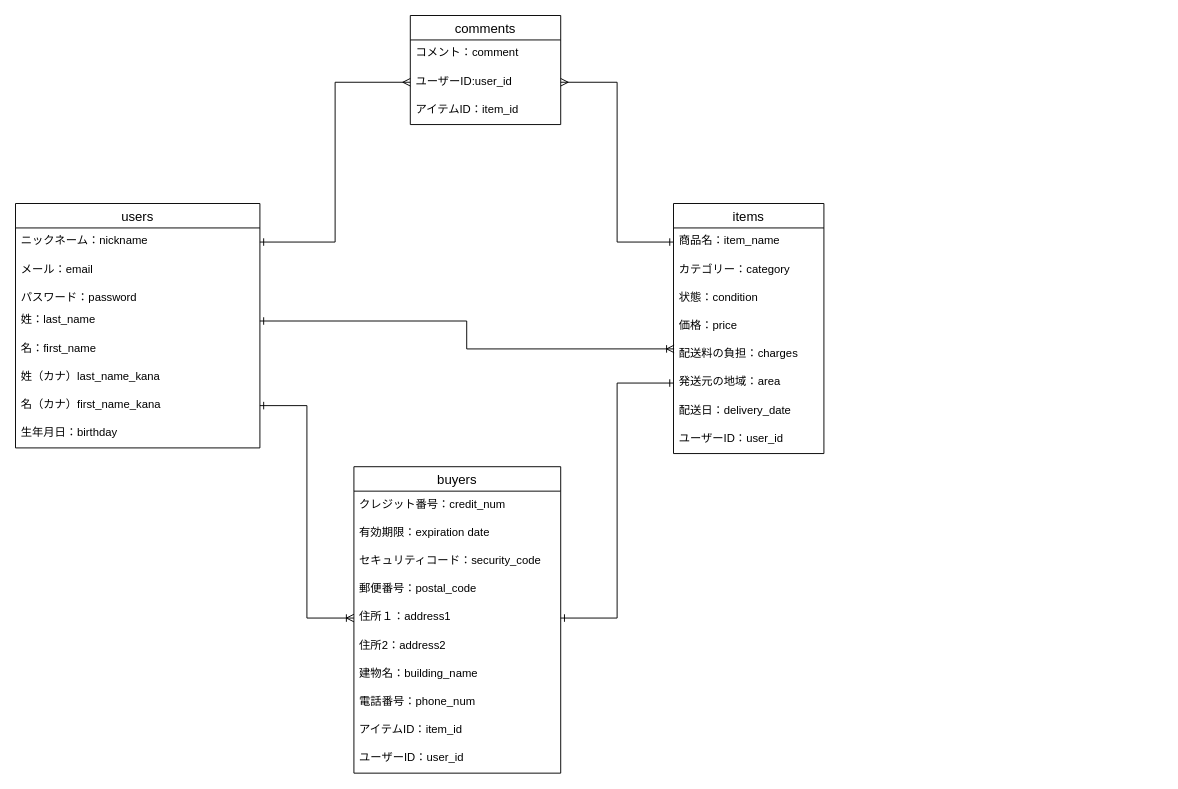
Earlier version of the draw.io diagram furima.dio (Koshi-Y/furima-35423). Source tidied: cells renumbered, new cells numbered last; positions are measured from the earlier drawing's top-left corner, leaving out a move shared by most shapes. Both pictures are drawn from the tidied source at 94%, with x=0, y=0 at pixel (15, 15).
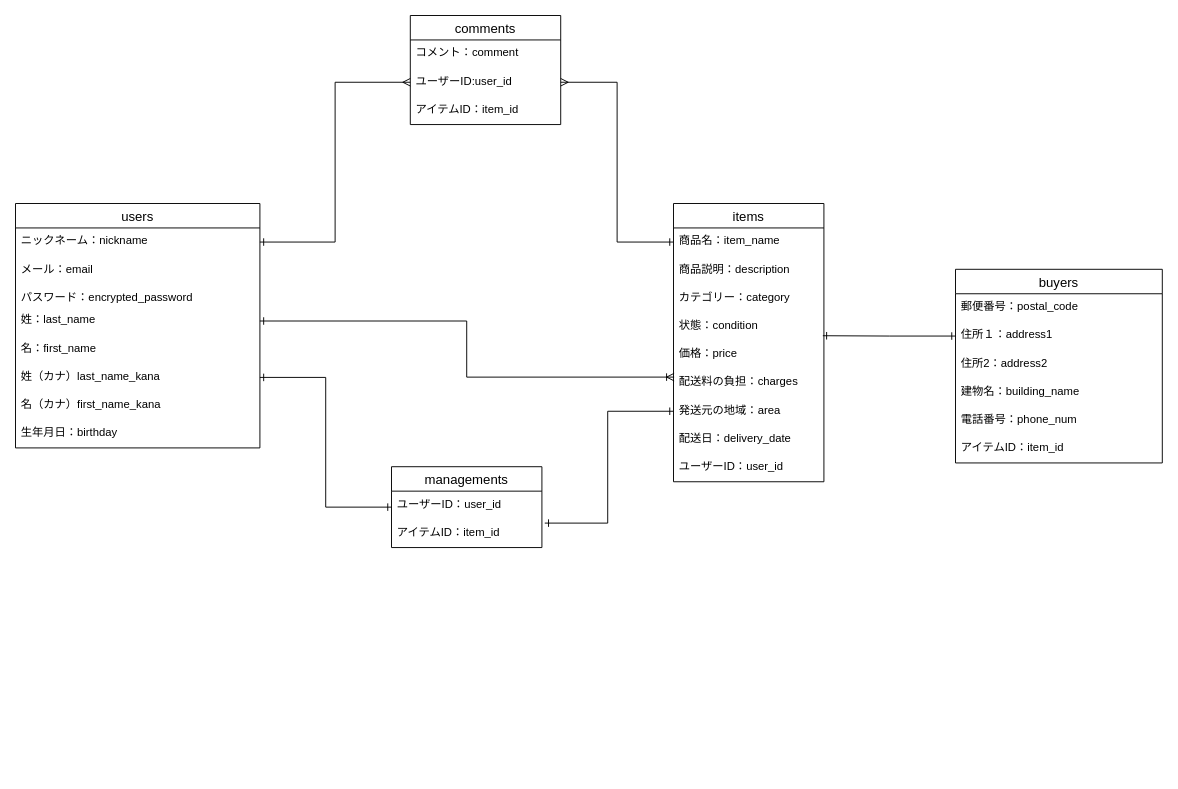
Above is the later version.

The change refers to these unchanged cells:
```xml
<mxCell id="2" value="users" style="swimlane;fontStyle=0;horizontal=1;startSize=26;align=center;fontSize=14;" parent="1" vertex="1">
  <mxGeometry y="200" width="260" height="260" as="geometry" />
</mxCell>
<mxCell id="8" value="姓（カナ）last_name_kana" style="text;strokeColor=none;fillColor=none;spacingLeft=4;spacingRight=4;overflow=hidden;points=[[0,0.5],[1,0.5]];portConstraint=eastwest;fontSize=12;" parent="2" vertex="1">
  <mxGeometry y="170" width="260" height="30" as="geometry" />
</mxCell>
<mxCell id="9" value="名（カナ）first_name_kana" style="text;strokeColor=none;fillColor=none;spacingLeft=4;spacingRight=4;overflow=hidden;points=[[0,0.5],[1,0.5]];portConstraint=eastwest;fontSize=12;" parent="2" vertex="1">
  <mxGeometry y="200" width="260" height="30" as="geometry" />
</mxCell>
```

The edit, as a diff of the source:
```diff
@@
-    <mxCell id="5" value="パスワード：password" style="text;strokeColor=none;fillColor=none;spacingLeft=4;spacingRight=4;overflow=hidden;fontSize=12;" parent="2" vertex="1">
+    <mxCell id="5" value="パスワード：encrypted_password" style="text;strokeColor=none;fillColor=none;spacingLeft=4;spacingRight=4;overflow=hidden;fontSize=12;" parent="2" vertex="1">
       <mxGeometry y="86" width="260" height="24" as="geometry" />
     </mxCell>
@@
     <mxCell id="11" value="items" style="swimlane;fontStyle=0;horizontal=1;startSize=26;align=center;fontSize=14;" parent="1" vertex="1">
-      <mxGeometry x="700" y="200" width="160" height="266" as="geometry" />
+      <mxGeometry x="700" y="200" width="160" height="296" as="geometry" />
     </mxCell>
@@
+    <mxCell id="30" value="商品説明：description" style="text;strokeColor=none;fillColor=none;spacingLeft=4;spacingRight=4;overflow=hidden;fontSize=12;" parent="11" vertex="1">
+      <mxGeometry y="56" width="160" height="30" as="geometry" />
+    </mxCell>
     <mxCell id="13" value="カテゴリー：category" style="text;strokeColor=none;fillColor=none;spacingLeft=4;spacingRight=4;overflow=hidden;fontSize=12;" parent="11" vertex="1">
-      <mxGeometry y="56" width="160" height="30" as="geometry" />
+      <mxGeometry y="86" width="160" height="30" as="geometry" />
     </mxCell>
     <mxCell id="14" value="状態：condition" style="text;strokeColor=none;fillColor=none;spacingLeft=4;spacingRight=4;overflow=hidden;points=[[0,0.5],[1,0.5]];portConstraint=eastwest;fontSize=12;" parent="11" vertex="1">
-      <mxGeometry y="86" width="160" height="30" as="geometry" />
+      <mxGeometry y="116" width="160" height="30" as="geometry" />
     </mxCell>
     <mxCell id="15" value="価格：price" style="text;strokeColor=none;fillColor=none;spacingLeft=4;spacingRight=4;overflow=hidden;fontSize=12;" parent="11" vertex="1">
-      <mxGeometry y="116" width="160" height="30" as="geometry" />
+      <mxGeometry y="146" width="160" height="30" as="geometry" />
     </mxCell>
     <mxCell id="16" value="配送料の負担：charges" style="text;strokeColor=none;fillColor=none;spacingLeft=4;spacingRight=4;overflow=hidden;points=[[0,0.5],[1,0.5]];portConstraint=eastwest;fontSize=12;" parent="11" vertex="1">
-      <mxGeometry y="146" width="160" height="30" as="geometry" />
+      <mxGeometry y="176" width="160" height="30" as="geometry" />
     </mxCell>
     <mxCell id="17" value="発送元の地域：area" style="text;strokeColor=none;fillColor=none;spacingLeft=4;spacingRight=4;overflow=hidden;points=[[0,0.5],[1,0.5]];portConstraint=eastwest;fontSize=12;" parent="11" vertex="1">
-      <mxGeometry y="176" width="160" height="30" as="geometry" />
+      <mxGeometry y="206" width="160" height="30" as="geometry" />
     </mxCell>
     <mxCell id="18" value="配送日：delivery_date" style="text;strokeColor=none;fillColor=none;spacingLeft=4;spacingRight=4;overflow=hidden;fontSize=12;" parent="11" vertex="1">
-      <mxGeometry y="206" width="160" height="30" as="geometry" />
+      <mxGeometry y="236" width="160" height="30" as="geometry" />
     </mxCell>
     <mxCell id="19" value="ユーザーID：user_id" style="text;strokeColor=none;fillColor=none;spacingLeft=4;spacingRight=4;overflow=hidden;fontSize=12;" parent="11" vertex="1">
-      <mxGeometry y="236" width="160" height="30" as="geometry" />
+      <mxGeometry y="266" width="160" height="30" as="geometry" />
     </mxCell>
     <mxCell id="20" value="buyers" style="swimlane;fontStyle=0;horizontal=1;startSize=26;align=center;fontSize=14;" parent="1" vertex="1">
-      <mxGeometry x="360" y="480" width="220" height="326" as="geometry" />
+      <mxGeometry x="1000" y="270" width="220" height="206" as="geometry" />
     </mxCell>
-    <mxCell id="21" value="クレジット番号：credit_num" style="text;strokeColor=none;fillColor=none;spacingLeft=4;spacingRight=4;overflow=hidden;fontSize=12;" parent="20" vertex="1">
-      <mxGeometry y="26" width="220" height="30" as="geometry" />
-    </mxCell>
-    <mxCell id="22" value="有効期限：expiration date" style="text;strokeColor=none;fillColor=none;spacingLeft=4;spacingRight=4;overflow=hidden;fontSize=12;" parent="20" vertex="1">
-      <mxGeometry y="56" width="220" height="30" as="geometry" />
-    </mxCell>
-    <mxCell id="23" value="セキュリティコード：security_code" style="text;strokeColor=none;fillColor=none;spacingLeft=4;spacingRight=4;overflow=hidden;fontSize=12;" parent="20" vertex="1">
-      <mxGeometry y="86" width="220" height="30" as="geometry" />
-    </mxCell>
     <mxCell id="24" value="郵便番号：postal_code" style="text;strokeColor=none;fillColor=none;spacingLeft=4;spacingRight=4;overflow=hidden;fontSize=12;" parent="20" vertex="1">
-      <mxGeometry y="116" width="220" height="30" as="geometry" />
+      <mxGeometry y="26" width="220" height="30" as="geometry" />
     </mxCell>
     <mxCell id="25" value="住所１：address1" style="text;strokeColor=none;fillColor=none;spacingLeft=4;spacingRight=4;overflow=hidden;points=[[0,0.5],[1,0.5]];portConstraint=eastwest;fontSize=12;" parent="20" vertex="1">
-      <mxGeometry y="146" width="220" height="30" as="geometry" />
+      <mxGeometry y="56" width="220" height="30" as="geometry" />
     </mxCell>
     <mxCell id="26" value="住所2：address2" style="text;strokeColor=none;fillColor=none;spacingLeft=4;spacingRight=4;overflow=hidden;fontSize=12;" parent="20" vertex="1">
-      <mxGeometry y="176" width="220" height="30" as="geometry" />
+      <mxGeometry y="86" width="220" height="30" as="geometry" />
     </mxCell>
     <mxCell id="27" value="建物名：building_name" style="text;strokeColor=none;fillColor=none;spacingLeft=4;spacingRight=4;overflow=hidden;fontSize=12;" parent="20" vertex="1">
-      <mxGeometry y="206" width="220" height="30" as="geometry" />
+      <mxGeometry y="116" width="220" height="30" as="geometry" />
     </mxCell>
     <mxCell id="28" value="電話番号：phone_num" style="text;strokeColor=none;fillColor=none;spacingLeft=4;spacingRight=4;overflow=hidden;fontSize=12;" parent="20" vertex="1">
-      <mxGeometry y="236" width="220" height="30" as="geometry" />
+      <mxGeometry y="146" width="220" height="30" as="geometry" />
     </mxCell>
     <mxCell id="29" value="アイテムID：item_id" style="text;strokeColor=none;fillColor=none;spacingLeft=4;spacingRight=4;overflow=hidden;fontSize=12;" parent="20" vertex="1">
-      <mxGeometry y="266" width="220" height="30" as="geometry" />
+      <mxGeometry y="176" width="220" height="30" as="geometry" />
     </mxCell>
-    <mxCell id="30" value="ユーザーID：user_id" style="text;strokeColor=none;fillColor=none;spacingLeft=4;spacingRight=4;overflow=hidden;fontSize=12;" parent="20" vertex="1">
-      <mxGeometry y="296" width="220" height="30" as="geometry" />
-    </mxCell>
@@
-    <mxCell id="38" style="edgeStyle=orthogonalEdgeStyle;rounded=0;jettySize=auto;html=1;exitX=0;exitY=0.5;exitDx=0;exitDy=0;entryX=1;entryY=0.5;entryDx=0;entryDy=0;startArrow=ERone;startFill=0;endArrow=ERone;endFill=0;" parent="1" edge="1" source="17" target="25">
-      <mxGeometry relative="1" as="geometry" />
-    </mxCell>
-    <mxCell id="39" style="edgeStyle=orthogonalEdgeStyle;rounded=0;jettySize=auto;html=1;exitX=1;exitY=0.5;exitDx=0;exitDy=0;entryX=0;entryY=0.5;entryDx=0;entryDy=0;startArrow=ERone;startFill=0;endArrow=ERoneToMany;endFill=0;" parent="1" edge="1" source="9" target="25">
-      <mxGeometry relative="1" as="geometry" />
-    </mxCell>
+    <mxCell id="40" value="managements" style="swimlane;fontStyle=0;horizontal=1;startSize=26;align=center;fontSize=14;" parent="1" vertex="1">
+      <mxGeometry x="400" y="480" width="160" height="86" as="geometry" />
+    </mxCell>
+    <mxCell id="41" value="ユーザーID：user_id" style="text;strokeColor=none;fillColor=none;spacingLeft=4;spacingRight=4;overflow=hidden;fontSize=12;" parent="40" vertex="1">
+      <mxGeometry y="26" width="160" height="30" as="geometry" />
+    </mxCell>
+    <mxCell id="42" value="アイテムID：item_id" style="text;strokeColor=none;fillColor=none;spacingLeft=4;spacingRight=4;overflow=hidden;points=[[0,0.5],[1,0.5]];portConstraint=eastwest;fontSize=12;" parent="40" vertex="1">
+      <mxGeometry y="56" width="160" height="30" as="geometry" />
+    </mxCell>
+    <mxCell id="43" style="edgeStyle=orthogonalEdgeStyle;rounded=0;jettySize=auto;html=1;exitX=0;exitY=0.5;exitDx=0;exitDy=0;entryX=0.993;entryY=0.822;entryDx=0;entryDy=0;entryPerimeter=0;endArrow=ERone;endFill=0;startArrow=ERone;startFill=0;" parent="1" edge="1" source="25" target="14">
+      <mxGeometry relative="1" as="geometry" />
+    </mxCell>
+    <mxCell id="44" style="edgeStyle=orthogonalEdgeStyle;rounded=0;jettySize=auto;html=1;exitX=1;exitY=0.5;exitDx=0;exitDy=0;entryX=0;entryY=0.5;entryDx=0;entryDy=0;startArrow=ERone;startFill=0;endArrow=ERone;endFill=0;" parent="1" edge="1" source="8" target="40">
+      <mxGeometry relative="1" as="geometry" />
+    </mxCell>
+    <mxCell id="45" style="edgeStyle=orthogonalEdgeStyle;rounded=0;jettySize=auto;html=1;exitX=0;exitY=0.5;exitDx=0;exitDy=0;entryX=1.019;entryY=0.133;entryDx=0;entryDy=0;entryPerimeter=0;startArrow=ERone;startFill=0;endArrow=ERone;endFill=0;" parent="1" edge="1" source="17" target="42">
+      <mxGeometry relative="1" as="geometry" />
+    </mxCell>
```
